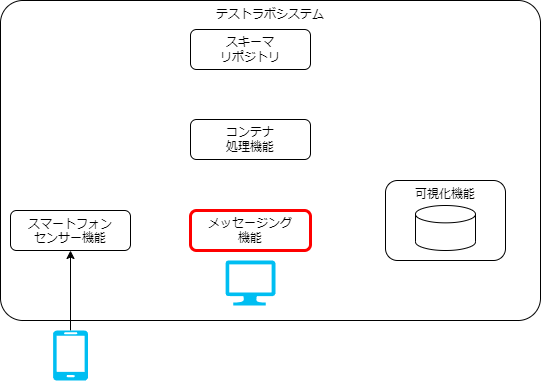
data-container-for-wearable-sensor/StartGuide keeps this draw.io diagram as docs/testlab_system/environment/overview_target4.drawio.png. Above is the earlier version. Source tidied: cells renumbered, new cells last; positions are measured from the earlier drawing's top-left corner, leaving out a move shared by most shapes.
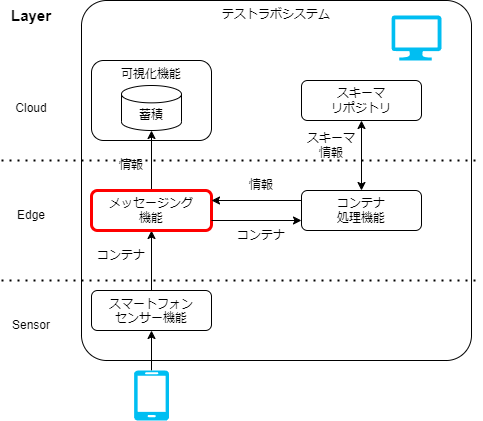
Later version of the same file.

Diff of the diagram source:
```diff
@@ -3,34 +3,88 @@
     <mxCell id="0" />
     <mxCell id="1" parent="0" />
     <mxCell id="2" value="テストラボシステム" style="rounded=1;whiteSpace=wrap;html=1;fillColor=none;align=center;verticalAlign=top;arcSize=7;" parent="1" vertex="1">
-      <mxGeometry width="540" height="320" as="geometry" />
+      <mxGeometry x="120" y="-20" width="390" height="360" as="geometry" />
     </mxCell>
+    <mxCell id="12" style="edgeStyle=none;html=1;" parent="1" edge="1" source="3" target="4">
+      <mxGeometry relative="1" as="geometry" />
+    </mxCell>
-    <mxCell id="3" value="&lt;span style=&quot;border-color: var(--border-color);&quot;&gt;スマートフォン&lt;/span&gt;&lt;br style=&quot;border-color: var(--border-color);&quot;&gt;&lt;span style=&quot;border-color: var(--border-color);&quot;&gt;センサー機能&lt;/span&gt;" style="rounded=1;whiteSpace=wrap;html=1;fillColor=none;verticalAlign=top;strokeColor=#000000;shadow=0;" parent="1" vertex="1">
-      <mxGeometry x="10" y="210" width="120" height="40" as="geometry" />
+    <mxCell id="3" value="&lt;span style=&quot;border-color: var(--border-color);&quot;&gt;スマートフォン&lt;/span&gt;&lt;br style=&quot;border-color: var(--border-color);&quot;&gt;&lt;span style=&quot;border-color: var(--border-color);&quot;&gt;センサー機能&lt;/span&gt;" style="rounded=1;whiteSpace=wrap;html=1;fillColor=none;verticalAlign=top;" parent="1" vertex="1">
+      <mxGeometry x="130" y="270" width="120" height="40" as="geometry" />
     </mxCell>
+    <mxCell id="13" style="edgeStyle=none;html=1;" parent="1" edge="1" source="4" target="18">
+      <mxGeometry relative="1" as="geometry" />
+    </mxCell>
-    <mxCell id="4" value="メッセージング&lt;br&gt;機能" style="rounded=1;whiteSpace=wrap;html=1;fillColor=none;strokeColor=#FF0000;shadow=0;strokeWidth=3;" parent="1" vertex="1">
-      <mxGeometry x="190" y="210" width="120" height="40" as="geometry" />
+    <mxCell id="4" value="メッセージング&lt;br&gt;機能" style="rounded=1;whiteSpace=wrap;html=1;fillColor=none;strokeColor=#FF0000;strokeWidth=3;" parent="1" vertex="1">
+      <mxGeometry x="130" y="170" width="120" height="40" as="geometry" />
     </mxCell>
     <mxCell id="5" value="コンテナ&lt;br&gt;処理機能" style="rounded=1;whiteSpace=wrap;html=1;fillColor=none;" parent="1" vertex="1">
-      <mxGeometry x="190" y="119" width="120" height="40" as="geometry" />
+      <mxGeometry x="340" y="170" width="120" height="40" as="geometry" />
     </mxCell>
+    <mxCell id="14" value="情報" style="text;html=1;strokeColor=none;fillColor=none;align=center;verticalAlign=middle;whiteSpace=wrap;rounded=0;" parent="1" vertex="1">
+      <mxGeometry x="140" y="130" width="60" height="30" as="geometry" />
+    </mxCell>
+    <mxCell id="15" value="コンテナ" style="text;html=1;strokeColor=none;fillColor=none;align=center;verticalAlign=middle;whiteSpace=wrap;rounded=0;" parent="1" vertex="1">
+      <mxGeometry x="130" y="220" width="60" height="30" as="geometry" />
+    </mxCell>
+    <mxCell id="16" style="endArrow=classic;html=1;exitX=1;exitY=0.75;exitDx=0;exitDy=0;entryX=0;entryY=0.75;entryDx=0;entryDy=0;" parent="1" edge="1" source="4" target="5">
+      <mxGeometry relative="1" as="geometry" />
+    </mxCell>
+    <mxCell id="17" style="endArrow=classic;html=1;exitX=0;exitY=0.25;exitDx=0;exitDy=0;entryX=1;entryY=0.25;entryDx=0;entryDy=0;" parent="1" edge="1" source="5" target="4">
+      <mxGeometry relative="1" as="geometry" />
+    </mxCell>
     <mxCell id="6" value="スキーマ&lt;br&gt;リポジトリ" style="rounded=1;whiteSpace=wrap;html=1;fillColor=none;" parent="1" vertex="1">
-      <mxGeometry x="190" y="29" width="120" height="40" as="geometry" />
+      <mxGeometry x="340" y="60" width="120" height="40" as="geometry" />
     </mxCell>
-    <mxCell id="7" style="edgeStyle=none;html=1;" parent="1" edge="1" source="8" target="3">
-      <mxGeometry relative="1" as="geometry" />
-    </mxCell>
-    <mxCell id="8" style="verticalLabelPosition=bottom;html=1;verticalAlign=top;align=center;strokeColor=none;fillColor=#00BEF2;shape=mxgraph.azure.mobile;" parent="1" vertex="1">
-      <mxGeometry x="52.5" y="330" width="35" height="50" as="geometry" />
-    </mxCell>
-    <mxCell id="9" style="verticalLabelPosition=bottom;html=1;verticalAlign=top;align=center;strokeColor=none;fillColor=#00BEF2;shape=mxgraph.azure.computer;" parent="1" vertex="1">
-      <mxGeometry x="225" y="260" width="50" height="45" as="geometry" />
-    </mxCell>
+    <mxCell id="18" value="蓄積" style="shape=cylinder3;whiteSpace=wrap;html=1;boundedLbl=1;backgroundOutline=1;size=8.676963806152344;" parent="1" vertex="1">
+      <mxGeometry x="160" y="65" width="60" height="45" as="geometry" />
+    </mxCell>
+    <mxCell id="19" value="コンテナ" style="text;html=1;strokeColor=none;fillColor=none;align=center;verticalAlign=middle;whiteSpace=wrap;rounded=0;" parent="1" vertex="1">
+      <mxGeometry x="270" y="200" width="60" height="30" as="geometry" />
+    </mxCell>
+    <mxCell id="20" value="情報" style="text;html=1;strokeColor=none;fillColor=none;align=center;verticalAlign=middle;whiteSpace=wrap;rounded=0;" parent="1" vertex="1">
+      <mxGeometry x="270" y="150" width="60" height="30" as="geometry" />
+    </mxCell>
+    <mxCell id="21" value="スキーマ情報" style="text;html=1;strokeColor=none;fillColor=none;align=center;verticalAlign=middle;whiteSpace=wrap;rounded=0;" parent="1" vertex="1">
+      <mxGeometry x="340" y="110" width="60" height="30" as="geometry" />
+    </mxCell>
+    <mxCell id="22" style="endArrow=classic;startArrow=classic;html=1;entryX=0.5;entryY=1;entryDx=0;entryDy=0;exitX=0.5;exitY=0;exitDx=0;exitDy=0;" parent="1" edge="1" source="5" target="6">
+      <mxGeometry relative="1" as="geometry" />
+    </mxCell>
+    <mxCell id="23" style="edgeStyle=none;html=1;" parent="1" edge="1" source="24" target="3">
+      <mxGeometry relative="1" as="geometry" />
+    </mxCell>
+    <mxCell id="24" style="verticalLabelPosition=bottom;html=1;verticalAlign=top;align=center;strokeColor=none;fillColor=#00BEF2;shape=mxgraph.azure.mobile;" parent="1" vertex="1">
+      <mxGeometry x="172.5" y="350" width="35" height="50" as="geometry" />
+    </mxCell>
+    <mxCell id="25" style="verticalLabelPosition=bottom;html=1;verticalAlign=top;align=center;strokeColor=none;fillColor=#00BEF2;shape=mxgraph.azure.computer;" parent="1" vertex="1">
+      <mxGeometry x="430" y="-5" width="50" height="45" as="geometry" />
+    </mxCell>
     <mxCell id="10" value="可視化機能" style="rounded=1;whiteSpace=wrap;html=1;fillColor=none;verticalAlign=top;" parent="1" vertex="1">
-      <mxGeometry x="385" y="180" width="120" height="80" as="geometry" />
+      <mxGeometry x="130" y="40" width="120" height="80" as="geometry" />
     </mxCell>
-    <mxCell id="11" style="shape=cylinder3;whiteSpace=wrap;html=1;boundedLbl=1;backgroundOutline=1;size=8.676963806152344;" parent="1" vertex="1">
-      <mxGeometry x="415" y="205" width="60" height="45" as="geometry" />
-    </mxCell>
+    <mxCell id="26" style="endArrow=none;dashed=1;html=1;dashPattern=1 3;strokeWidth=2;" parent="1" edge="1">
+      <mxGeometry relative="1" as="geometry">
+        <mxPoint x="40" y="140" as="sourcePoint" />
+        <mxPoint x="520" y="140" as="targetPoint" />
+      </mxGeometry>
+    </mxCell>
+    <mxCell id="27" style="endArrow=none;dashed=1;html=1;dashPattern=1 3;strokeWidth=2;" parent="1" edge="1">
+      <mxGeometry relative="1" as="geometry">
+        <mxPoint x="40" y="260" as="sourcePoint" />
+        <mxPoint x="520" y="260" as="targetPoint" />
+      </mxGeometry>
+    </mxCell>
+    <mxCell id="28" value="Cloud" style="text;html=1;strokeColor=none;fillColor=none;align=center;verticalAlign=middle;whiteSpace=wrap;rounded=0;" parent="1" vertex="1">
+      <mxGeometry x="40" y="72.5" width="60" height="30" as="geometry" />
+    </mxCell>
+    <mxCell id="29" value="Layer" style="text;html=1;strokeColor=none;fillColor=none;align=center;verticalAlign=middle;whiteSpace=wrap;rounded=0;fontStyle=1;fontSize=15;" parent="1" vertex="1">
+      <mxGeometry x="40" y="-20" width="60" height="30" as="geometry" />
+    </mxCell>
+    <mxCell id="30" value="Edge" style="text;html=1;strokeColor=none;fillColor=none;align=center;verticalAlign=middle;whiteSpace=wrap;rounded=0;" parent="1" vertex="1">
+      <mxGeometry x="40" y="180" width="60" height="30" as="geometry" />
+    </mxCell>
+    <mxCell id="31" value="Sensor" style="text;html=1;strokeColor=none;fillColor=none;align=center;verticalAlign=middle;whiteSpace=wrap;rounded=0;" parent="1" vertex="1">
+      <mxGeometry x="40" y="290" width="60" height="30" as="geometry" />
+    </mxCell>
   </root>
 </mxGraphModel>
```
